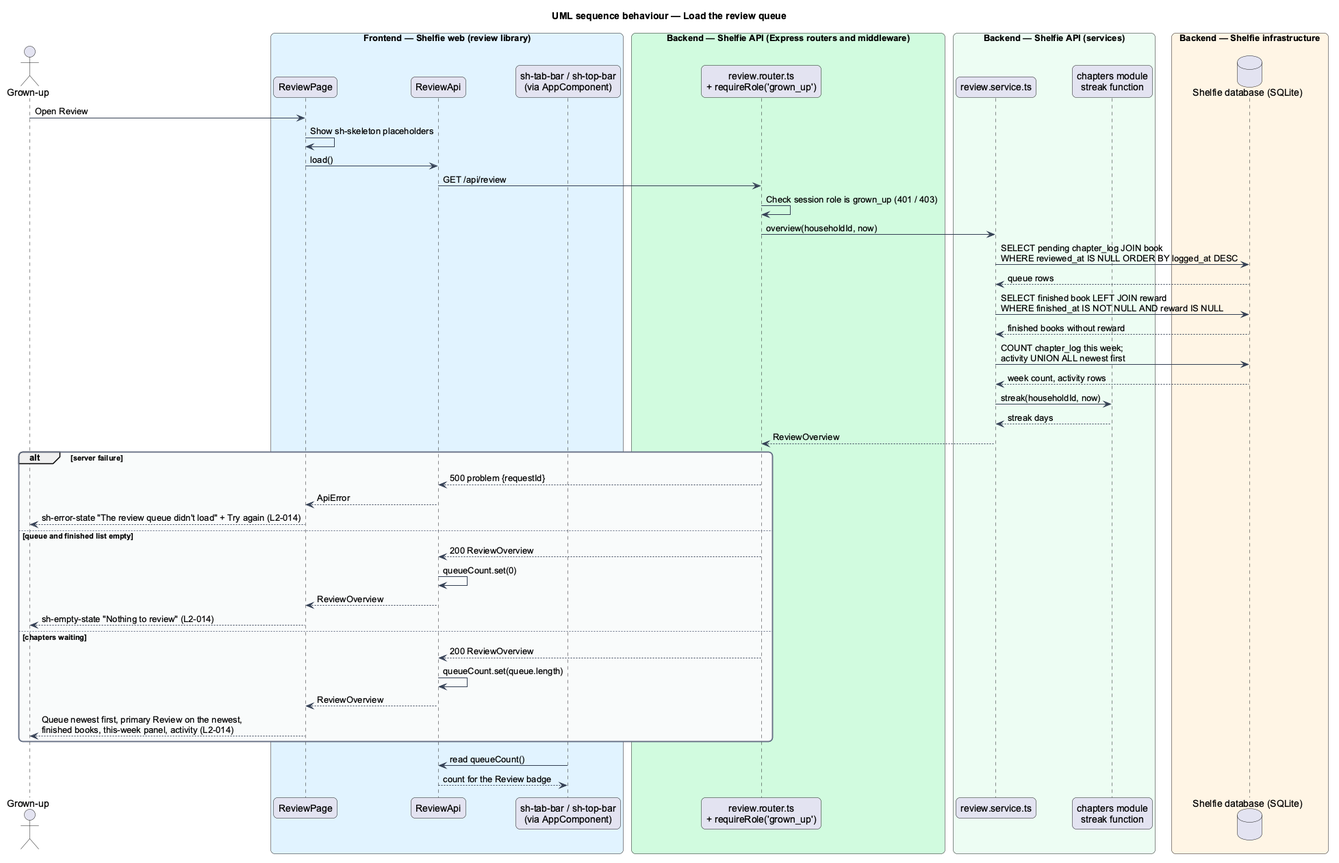
The PlantUML diagram docs/detailed-designs/review/review-queue/diagrams/sequence-load-review-queue.png in QuinntyneBrown/shelfie, before a commit. The source it was exported from:
```plantuml
@startuml
title UML sequence behaviour — Load the review queue
skinparam backgroundColor #FFFFFF
skinparam shadowing false
skinparam roundcorner 12
skinparam defaultFontName Arial
skinparam ArrowColor #344054
skinparam rectangle {
  BorderColor #344054
  FontColor #101828
}
skinparam package {
  BorderColor #667085
  FontColor #101828
  BackgroundColor #F9FAFB
}
actor "Grown-up" as grownUp
box "Frontend — Shelfie web (review library)" #E0F2FE
  participant "ReviewPage" as page
  participant "ReviewApi" as client
  participant "sh-tab-bar / sh-top-bar\n(via AppComponent)" as bars
end box
box "Backend — Shelfie API (Express routers and middleware)" #D1FADF
  participant "review.router.ts\n+ requireRole('grown_up')" as router
end box
box "Backend — Shelfie API (services)" #ECFDF3
  participant "review.service.ts" as service
  participant "chapters module\nstreak function" as streak
end box
box "Backend — Shelfie infrastructure" #FFF4E5
  database "Shelfie database (SQLite)" as db
end box

grownUp -> page : Open Review
page -> page : Show sh-skeleton placeholders
page -> client : load()
client -> router : GET /api/review
router -> router : Check session role is grown_up (401 / 403)
router -> service : overview(householdId, now)
service -> db : SELECT pending chapter_log JOIN book\nWHERE reviewed_at IS NULL ORDER BY logged_at DESC
db --> service : queue rows
service -> db : SELECT finished book LEFT JOIN reward\nWHERE finished_at IS NOT NULL AND reward IS NULL
db --> service : finished books without reward
service -> db : COUNT chapter_log this week;\nactivity UNION ALL newest first
db --> service : week count, activity rows
service -> streak : streak(householdId, now)
streak --> service : streak days
service --> router : ReviewOverview
alt server failure
  router --> client : 500 problem {requestId}
  client --> page : ApiError
  page --> grownUp : sh-error-state "The review queue didn't load" + Try again (L2-014)
else queue and finished list empty
  router --> client : 200 ReviewOverview
  client -> client : queueCount.set(0)
  client --> page : ReviewOverview
  page --> grownUp : sh-empty-state "Nothing to review" (L2-014)
else chapters waiting
  router --> client : 200 ReviewOverview
  client -> client : queueCount.set(queue.length)
  client --> page : ReviewOverview
  page --> grownUp : Queue newest first, primary Review on the newest,\nfinished books, this-week panel, activity (L2-014)
end
bars -> client : read queueCount()
client --> bars : count for the Review badge
@enduml
```
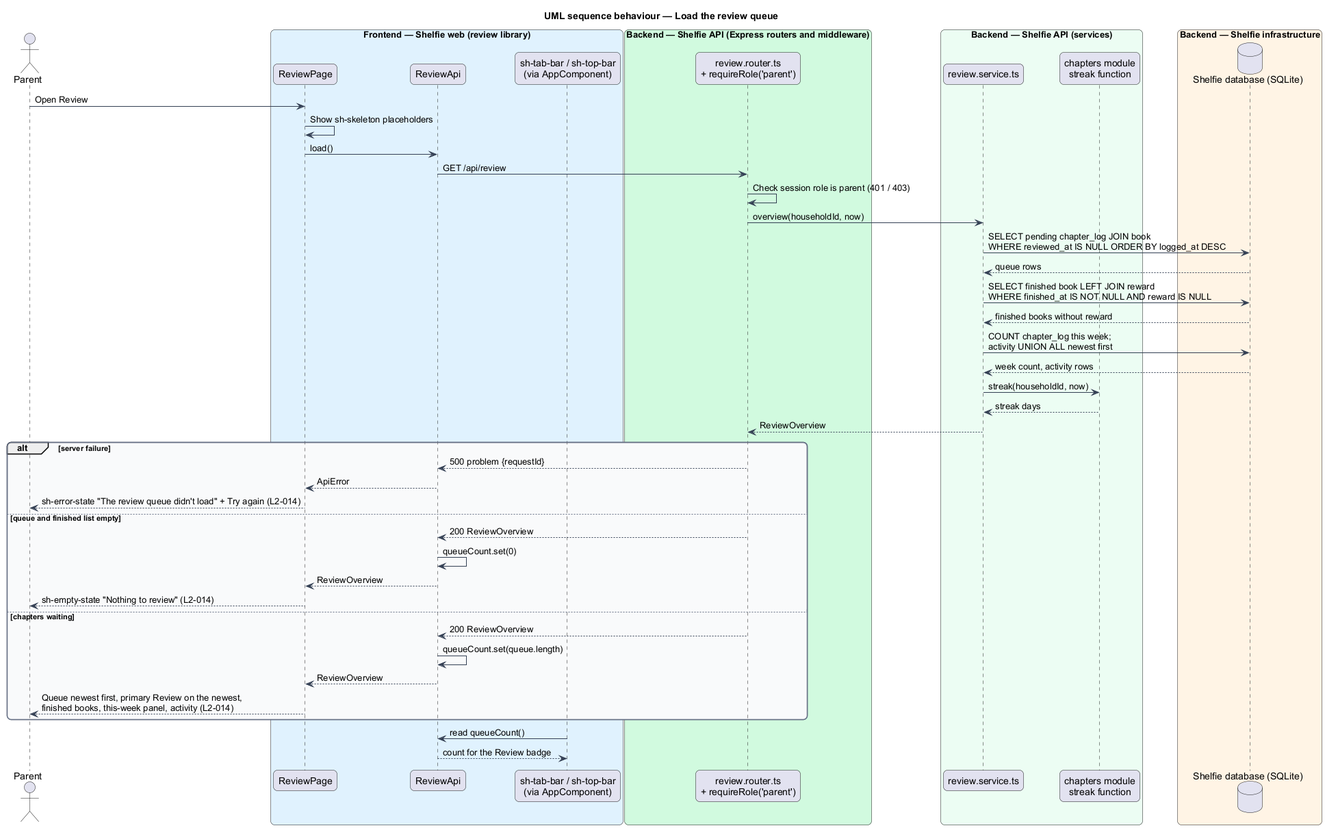
After the commit.

Diff of the diagram source:
```diff
@@ -14,14 +14,14 @@
   FontColor #101828
   BackgroundColor #F9FAFB
 }
-actor "Grown-up" as grownUp
+actor "Parent" as grownUp
 box "Frontend — Shelfie web (review library)" #E0F2FE
   participant "ReviewPage" as page
   participant "ReviewApi" as client
   participant "sh-tab-bar / sh-top-bar\n(via AppComponent)" as bars
 end box
 box "Backend — Shelfie API (Express routers and middleware)" #D1FADF
-  participant "review.router.ts\n+ requireRole('grown_up')" as router
+  participant "review.router.ts\n+ requireRole('parent')" as router
 end box
 box "Backend — Shelfie API (services)" #ECFDF3
   participant "review.service.ts" as service
@@ -35,7 +35,7 @@
 page -> page : Show sh-skeleton placeholders
 page -> client : load()
 client -> router : GET /api/review
-router -> router : Check session role is grown_up (401 / 403)
+router -> router : Check session role is parent (401 / 403)
 router -> service : overview(householdId, now)
 service -> db : SELECT pending chapter_log JOIN book\nWHERE reviewed_at IS NULL ORDER BY logged_at DESC
 db --> service : queue rows
```
